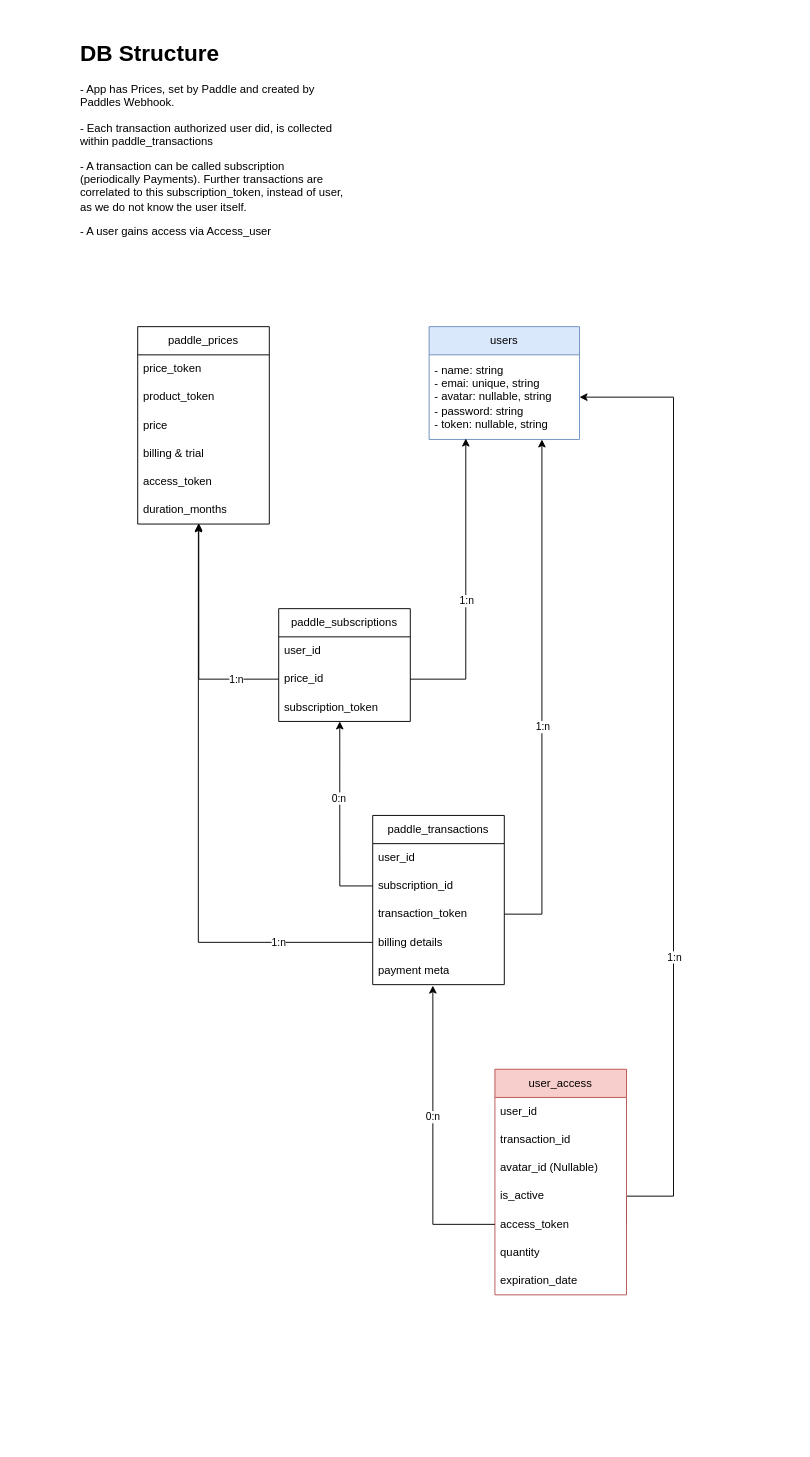
CarlsonBuma/laravel-quasar-template keeps this draw.io diagram as page "DB Schema" (2 of 5) of docs/Features/02 - Useraccess.drawio. Above is the earlier version. Source tidied: cells renumbered, new cells numbered last; positions are measured from the earlier drawing's top-left corner, leaving out a move shared by most shapes. Both pictures are drawn from the tidied source at 94%, with x=0, y=0 at pixel (75, 35).
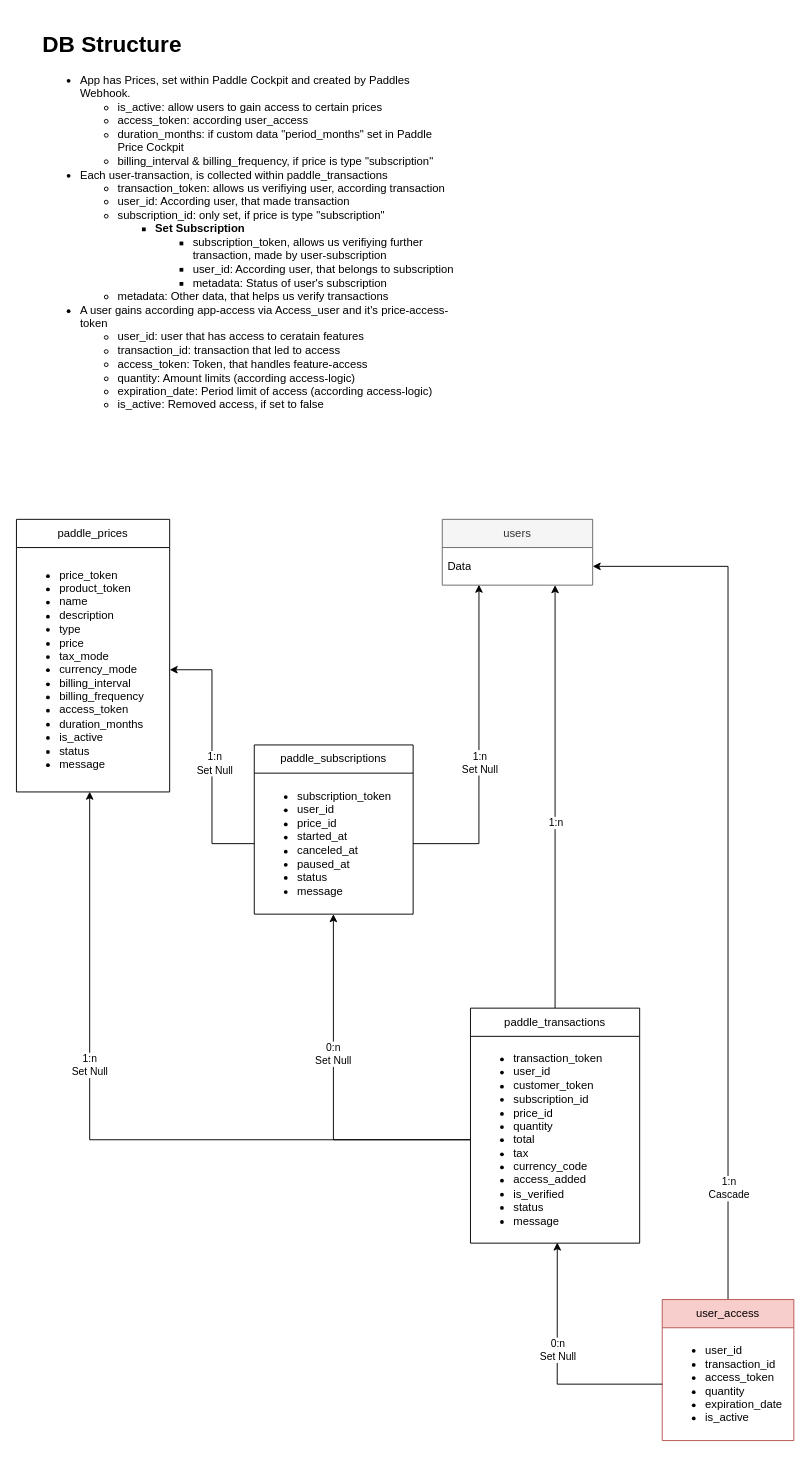
The same page after the edit.

Unchanged cells that the change refers to:
```xml
<mxCell id="11" style="edgeStyle=orthogonalEdgeStyle;rounded=0;jettySize=auto;html=1;entryX=0.244;entryY=0.989;entryDx=0;entryDy=0;entryPerimeter=0;exitX=1;exitY=0.5;exitDx=0;exitDy=0;" parent="1" edge="1" source="15" target="3">
  <mxGeometry relative="1" as="geometry" />
</mxCell>
```

Diff of the diagram source:
```diff
@@
-    <mxCell id="2" value="users" style="swimlane;fontStyle=0;horizontal=1;startSize=30;whiteSpace=wrap;html=1;fillColor=#dae8fc;strokeColor=#6c8ebf;" parent="1" vertex="1">
-      <mxGeometry x="376" y="310" width="160" height="120" as="geometry" />
+    <mxCell id="2" value="users" style="swimlane;fontStyle=0;horizontal=1;startSize=30;whiteSpace=wrap;html=1;fillColor=#f5f5f5;strokeColor=#666666;fontColor=#333333;" parent="1" vertex="1">
+      <mxGeometry x="390" y="515" width="160" height="70" as="geometry" />
     </mxCell>
-    <mxCell id="3" value="- name: string&lt;br&gt;- emai: unique, string&lt;br&gt;- avatar: nullable, string&lt;br&gt;- password: string&lt;br&gt;- token: nullable, string" style="text;strokeColor=none;fillColor=none;align=left;verticalAlign=middle;spacingLeft=4;spacingRight=4;overflow=hidden;points=[[0,0.5],[1,0.5]];portConstraint=eastwest;whiteSpace=wrap;html=1;" parent="2" vertex="1">
-      <mxGeometry y="30" width="160" height="90" as="geometry" />
+    <mxCell id="3" value="Data" style="text;strokeColor=none;fillColor=none;align=left;verticalAlign=middle;spacingLeft=4;spacingRight=4;overflow=hidden;points=[[0,0.5],[1,0.5]];portConstraint=eastwest;whiteSpace=wrap;html=1;" parent="2" vertex="1">
+      <mxGeometry y="30" width="160" height="40" as="geometry" />
     </mxCell>
     <mxCell id="4" value="paddle_prices" style="swimlane;fontStyle=0;horizontal=1;startSize=30;whiteSpace=wrap;html=1;" parent="1" vertex="1">
-      <mxGeometry x="66" y="310" width="140" height="210" as="geometry" />
+      <mxGeometry x="-63" y="515" width="163" height="290" as="geometry" />
     </mxCell>
-    <mxCell id="5" value="price_token" style="text;strokeColor=none;fillColor=none;align=left;verticalAlign=middle;spacingLeft=4;spacingRight=4;overflow=hidden;points=[[0,0.5],[1,0.5]];portConstraint=eastwest;whiteSpace=wrap;html=1;" parent="4" vertex="1">
-      <mxGeometry y="30" width="140" height="30" as="geometry" />
+    <mxCell id="5" value="&lt;ul&gt;&lt;li&gt;price_token&lt;/li&gt;&lt;li&gt;product_token&lt;/li&gt;&lt;li&gt;name&lt;/li&gt;&lt;li&gt;description&lt;/li&gt;&lt;li&gt;type&lt;/li&gt;&lt;li&gt;price&lt;/li&gt;&lt;li&gt;tax_mode&lt;/li&gt;&lt;li&gt;currency_mode&lt;/li&gt;&lt;li&gt;billing_interval&lt;/li&gt;&lt;li&gt;billing_frequency&lt;/li&gt;&lt;li&gt;access_token&lt;/li&gt;&lt;li&gt;duration_months&lt;/li&gt;&lt;li&gt;is_active&lt;/li&gt;&lt;li&gt;status&lt;/li&gt;&lt;li&gt;message&lt;/li&gt;&lt;/ul&gt;" style="text;strokeColor=none;fillColor=none;align=left;verticalAlign=middle;spacingLeft=4;spacingRight=4;overflow=hidden;points=[[0,0.5],[1,0.5]];portConstraint=eastwest;whiteSpace=wrap;html=1;" parent="4" vertex="1">
+      <mxGeometry y="30" width="163" height="260" as="geometry" />
     </mxCell>
-    <mxCell id="6" value="product_token" style="text;strokeColor=none;fillColor=none;align=left;verticalAlign=middle;spacingLeft=4;spacingRight=4;overflow=hidden;whiteSpace=wrap;html=1;" parent="4" vertex="1">
-      <mxGeometry y="60" width="140" height="30" as="geometry" />
-    </mxCell>
-    <mxCell id="7" value="price" style="text;strokeColor=none;fillColor=none;align=left;verticalAlign=middle;spacingLeft=4;spacingRight=4;overflow=hidden;whiteSpace=wrap;html=1;" parent="4" vertex="1">
-      <mxGeometry y="90" width="140" height="30" as="geometry" />
-    </mxCell>
-    <mxCell id="8" value="billing &amp;amp; trial" style="text;strokeColor=none;fillColor=none;align=left;verticalAlign=middle;spacingLeft=4;spacingRight=4;overflow=hidden;whiteSpace=wrap;html=1;" parent="4" vertex="1">
-      <mxGeometry y="120" width="140" height="30" as="geometry" />
-    </mxCell>
-    <mxCell id="9" value="access_token" style="text;strokeColor=none;fillColor=none;align=left;verticalAlign=middle;spacingLeft=4;spacingRight=4;overflow=hidden;whiteSpace=wrap;html=1;" parent="4" vertex="1">
-      <mxGeometry y="150" width="140" height="30" as="geometry" />
-    </mxCell>
-    <mxCell id="10" value="duration_months" style="text;strokeColor=none;fillColor=none;align=left;verticalAlign=middle;spacingLeft=4;spacingRight=4;overflow=hidden;points=[[0,0.5],[1,0.5]];portConstraint=eastwest;whiteSpace=wrap;html=1;" parent="4" vertex="1">
-      <mxGeometry y="180" width="140" height="30" as="geometry" />
-    </mxCell>
@@
-    <mxCell id="12" value="1:n" style="edgeLabel;html=1;align=center;verticalAlign=middle;" parent="11" vertex="1">
+    <mxCell id="12" value="1:n&lt;br&gt;Set Null" style="edgeLabel;html=1;align=center;verticalAlign=middle;" parent="11" vertex="1">
       <mxGeometry x="-0.09" relative="1" as="geometry" />
     </mxCell>
     <mxCell id="13" value="paddle_subscriptions" style="swimlane;fontStyle=0;horizontal=1;startSize=30;whiteSpace=wrap;html=1;" parent="1" vertex="1">
-      <mxGeometry x="216" y="610" width="140" height="120" as="geometry" />
+      <mxGeometry x="190" y="755" width="169" height="180" as="geometry" />
     </mxCell>
-    <mxCell id="14" value="user_id" style="text;strokeColor=none;fillColor=none;align=left;verticalAlign=middle;spacingLeft=4;spacingRight=4;overflow=hidden;whiteSpace=wrap;html=1;" parent="13" vertex="1">
-      <mxGeometry y="30" width="140" height="30" as="geometry" />
-    </mxCell>
-    <mxCell id="15" value="price_id" style="text;strokeColor=none;fillColor=none;align=left;verticalAlign=middle;spacingLeft=4;spacingRight=4;overflow=hidden;points=[[0,0.5],[1,0.5]];portConstraint=eastwest;whiteSpace=wrap;html=1;" parent="13" vertex="1">
-      <mxGeometry y="60" width="140" height="30" as="geometry" />
+    <mxCell id="15" value="&lt;ul&gt;&lt;li&gt;subscription_token&lt;/li&gt;&lt;li&gt;user_id&lt;/li&gt;&lt;li&gt;price_id&lt;/li&gt;&lt;li&gt;started_at&lt;/li&gt;&lt;li&gt;canceled_at&lt;/li&gt;&lt;li&gt;paused_at&lt;/li&gt;&lt;li&gt;status&lt;/li&gt;&lt;li&gt;message&lt;/li&gt;&lt;/ul&gt;" style="text;strokeColor=none;fillColor=none;align=left;verticalAlign=middle;spacingLeft=4;spacingRight=4;overflow=hidden;points=[[0,0.5],[1,0.5]];portConstraint=eastwest;whiteSpace=wrap;html=1;" parent="13" vertex="1">
+      <mxGeometry y="30" width="169" height="150" as="geometry" />
     </mxCell>
-    <mxCell id="16" value="subscription_token" style="text;strokeColor=none;fillColor=none;align=left;verticalAlign=middle;spacingLeft=4;spacingRight=4;overflow=hidden;points=[[0,0.5],[1,0.5]];portConstraint=eastwest;whiteSpace=wrap;html=1;" parent="13" vertex="1">
-      <mxGeometry y="90" width="140" height="30" as="geometry" />
-    </mxCell>
-    <mxCell id="17" style="edgeStyle=orthogonalEdgeStyle;rounded=0;jettySize=auto;html=1;entryX=0.464;entryY=0.967;entryDx=0;entryDy=0;entryPerimeter=0;exitX=0;exitY=0.5;exitDx=0;exitDy=0;" parent="1" edge="1" source="15" target="10">
+    <mxCell id="17" style="edgeStyle=orthogonalEdgeStyle;rounded=0;jettySize=auto;html=1;entryX=1;entryY=0.5;entryDx=0;entryDy=0;exitX=0;exitY=0.5;exitDx=0;exitDy=0;" parent="1" edge="1" source="15" target="5">
       <mxGeometry relative="1" as="geometry" />
     </mxCell>
-    <mxCell id="18" value="1:n" style="edgeLabel;html=1;align=center;verticalAlign=middle;" parent="17" vertex="1">
+    <mxCell id="18" value="1:n&lt;br&gt;Set Null" style="edgeLabel;html=1;align=center;verticalAlign=middle;" parent="17" vertex="1">
       <mxGeometry x="-0.61" y="1" relative="1" as="geometry">
-        <mxPoint x="3" y="-1" as="offset" />
+        <mxPoint x="3" y="-77" as="offset" />
       </mxGeometry>
     </mxCell>
     <mxCell id="19" value="paddle_transactions" style="swimlane;fontStyle=0;horizontal=1;startSize=30;whiteSpace=wrap;html=1;" parent="1" vertex="1">
-      <mxGeometry x="316" y="830" width="140" height="180" as="geometry" />
+      <mxGeometry x="420" y="1035" width="180" height="250" as="geometry" />
     </mxCell>
-    <mxCell id="20" value="user_id" style="text;strokeColor=none;fillColor=none;align=left;verticalAlign=middle;spacingLeft=4;spacingRight=4;overflow=hidden;points=[[0,0.5],[1,0.5]];portConstraint=eastwest;whiteSpace=wrap;html=1;" parent="19" vertex="1">
-      <mxGeometry y="30" width="140" height="30" as="geometry" />
+    <mxCell id="20" value="&lt;ul&gt;&lt;li&gt;transaction_token&lt;/li&gt;&lt;li&gt;user_id&lt;/li&gt;&lt;li&gt;customer_token&lt;/li&gt;&lt;li&gt;subscription_id&lt;/li&gt;&lt;li&gt;price_id&lt;/li&gt;&lt;li&gt;quantity&lt;/li&gt;&lt;li&gt;total&lt;/li&gt;&lt;li&gt;tax&lt;/li&gt;&lt;li&gt;currency_code&lt;/li&gt;&lt;li&gt;access_added&lt;/li&gt;&lt;li&gt;is_verified&lt;/li&gt;&lt;li&gt;status&lt;/li&gt;&lt;li&gt;message&lt;/li&gt;&lt;/ul&gt;" style="text;strokeColor=none;fillColor=none;align=left;verticalAlign=middle;spacingLeft=4;spacingRight=4;overflow=hidden;points=[[0,0.5],[1,0.5]];portConstraint=eastwest;whiteSpace=wrap;html=1;" parent="19" vertex="1">
+      <mxGeometry y="30" width="180" height="220" as="geometry" />
     </mxCell>
-    <mxCell id="21" value="subscription_id" style="text;strokeColor=none;fillColor=none;align=left;verticalAlign=middle;spacingLeft=4;spacingRight=4;overflow=hidden;points=[[0,0.5],[1,0.5]];portConstraint=eastwest;whiteSpace=wrap;html=1;" parent="19" vertex="1">
-      <mxGeometry y="60" width="140" height="30" as="geometry" />
-    </mxCell>
-    <mxCell id="22" value="transaction_token" style="text;strokeColor=none;fillColor=none;align=left;verticalAlign=middle;spacingLeft=4;spacingRight=4;overflow=hidden;points=[[0,0.5],[1,0.5]];portConstraint=eastwest;whiteSpace=wrap;html=1;" parent="19" vertex="1">
-      <mxGeometry y="90" width="140" height="30" as="geometry" />
-    </mxCell>
-    <mxCell id="23" value="billing details" style="text;strokeColor=none;fillColor=none;align=left;verticalAlign=middle;spacingLeft=4;spacingRight=4;overflow=hidden;points=[[0,0.5],[1,0.5]];portConstraint=eastwest;whiteSpace=wrap;html=1;" parent="19" vertex="1">
-      <mxGeometry y="120" width="140" height="30" as="geometry" />
-    </mxCell>
-    <mxCell id="24" value="payment meta" style="text;strokeColor=none;fillColor=none;align=left;verticalAlign=middle;spacingLeft=4;spacingRight=4;overflow=hidden;points=[[0,0.5],[1,0.5]];portConstraint=eastwest;whiteSpace=wrap;html=1;" parent="19" vertex="1">
-      <mxGeometry y="150" width="140" height="30" as="geometry" />
-    </mxCell>
-    <mxCell id="25" style="edgeStyle=orthogonalEdgeStyle;rounded=0;jettySize=auto;html=1;entryX=0.75;entryY=1;entryDx=0;entryDy=0;entryPerimeter=0;exitX=1;exitY=0.5;exitDx=0;exitDy=0;" parent="1" edge="1" source="22" target="3">
+    <mxCell id="25" style="edgeStyle=orthogonalEdgeStyle;rounded=0;jettySize=auto;html=1;entryX=0.75;entryY=1;entryDx=0;entryDy=0;entryPerimeter=0;exitX=0.5;exitY=0;exitDx=0;exitDy=0;" parent="1" edge="1" source="19" target="3">
       <mxGeometry relative="1" as="geometry" />
     </mxCell>
@@
-    <mxCell id="27" style="edgeStyle=orthogonalEdgeStyle;rounded=0;jettySize=auto;html=1;entryX=0.464;entryY=1;entryDx=0;entryDy=0;entryPerimeter=0;exitX=0;exitY=0.5;exitDx=0;exitDy=0;" parent="1" edge="1" source="21" target="16">
+    <mxCell id="27" style="edgeStyle=orthogonalEdgeStyle;rounded=0;jettySize=auto;html=1;exitX=0;exitY=0.5;exitDx=0;exitDy=0;entryX=0.498;entryY=1;entryDx=0;entryDy=0;entryPerimeter=0;" parent="1" edge="1" source="20" target="15">
       <mxGeometry relative="1" as="geometry" />
     </mxCell>
-    <mxCell id="28" value="0:n" style="edgeLabel;html=1;align=center;verticalAlign=middle;" parent="27" vertex="1">
+    <mxCell id="28" value="0:n&lt;br&gt;Set Null" style="edgeLabel;html=1;align=center;verticalAlign=middle;" parent="27" vertex="1">
       <mxGeometry x="0.23" y="1" relative="1" as="geometry" />
     </mxCell>
-    <mxCell id="29" style="edgeStyle=orthogonalEdgeStyle;rounded=0;jettySize=auto;html=1;entryX=1;entryY=0.5;entryDx=0;entryDy=0;exitX=1;exitY=0.5;exitDx=0;exitDy=0;" parent="1" edge="1" source="36" target="3">
-      <mxGeometry relative="1" as="geometry">
-        <Array as="points">
-          <mxPoint x="636" y="1235" />
-          <mxPoint x="636" y="385" />
-        </Array>
-      </mxGeometry>
-    </mxCell>
-    <mxCell id="30" value="1:n" style="edgeLabel;html=1;align=center;verticalAlign=middle;" parent="29" vertex="1">
-      <mxGeometry x="-0.35" relative="1" as="geometry" />
-    </mxCell>
+    <mxCell id="44" style="edgeStyle=orthogonalEdgeStyle;rounded=0;jettySize=auto;html=1;entryX=1;entryY=0.5;entryDx=0;entryDy=0;" parent="1" edge="1" source="31" target="3">
+      <mxGeometry relative="1" as="geometry" />
+    </mxCell>
+    <mxCell id="45" value="1:n&lt;br&gt;Cascade" style="edgeLabel;html=1;align=center;verticalAlign=middle;" parent="44" vertex="1">
+      <mxGeometry x="-0.74" relative="1" as="geometry">
+        <mxPoint y="1" as="offset" />
+      </mxGeometry>
+    </mxCell>
     <mxCell id="31" value="user_access" style="swimlane;fontStyle=0;horizontal=1;startSize=30;whiteSpace=wrap;html=1;fillColor=#f8cecc;strokeColor=#b85450;" parent="1" vertex="1">
-      <mxGeometry x="446" y="1100" width="140" height="240" as="geometry" />
+      <mxGeometry x="624" y="1345" width="140" height="150" as="geometry" />
     </mxCell>
-    <mxCell id="32" value="user_id" style="text;strokeColor=none;fillColor=none;align=left;verticalAlign=middle;spacingLeft=4;spacingRight=4;overflow=hidden;points=[[0,0.5],[1,0.5]];portConstraint=eastwest;whiteSpace=wrap;html=1;" parent="31" vertex="1">
-      <mxGeometry y="30" width="140" height="30" as="geometry" />
+    <mxCell id="32" value="&lt;ul&gt;&lt;li&gt;user_id&lt;/li&gt;&lt;li&gt;transaction_id&lt;/li&gt;&lt;li&gt;&lt;span style=&quot;background-color: initial;&quot;&gt;access_token&lt;/span&gt;&lt;br&gt;&lt;/li&gt;&lt;li&gt;quantity&lt;/li&gt;&lt;li&gt;expiration_date&lt;/li&gt;&lt;li style=&quot;border-color: var(--border-color);&quot;&gt;is_active&lt;/li&gt;&lt;/ul&gt;" style="text;strokeColor=none;fillColor=none;align=left;verticalAlign=middle;spacingLeft=4;spacingRight=4;overflow=hidden;points=[[0,0.5],[1,0.5]];portConstraint=eastwest;whiteSpace=wrap;html=1;" parent="31" vertex="1">
+      <mxGeometry y="30" width="140" height="120" as="geometry" />
     </mxCell>
-    <mxCell id="33" value="transaction_id" style="text;strokeColor=none;fillColor=none;align=left;verticalAlign=middle;spacingLeft=4;spacingRight=4;overflow=hidden;whiteSpace=wrap;html=1;" parent="31" vertex="1">
-      <mxGeometry y="60" width="140" height="30" as="geometry" />
-    </mxCell>
-    <mxCell id="34" value="avatar_id (Nullable)" style="text;strokeColor=none;fillColor=none;align=left;verticalAlign=middle;spacingLeft=4;spacingRight=4;overflow=hidden;whiteSpace=wrap;html=1;" parent="31" vertex="1">
-      <mxGeometry y="90" width="140" height="30" as="geometry" />
-    </mxCell>
-    <mxCell id="35" value="is_active" style="text;strokeColor=none;fillColor=none;align=left;verticalAlign=middle;spacingLeft=4;spacingRight=4;overflow=hidden;whiteSpace=wrap;html=1;" parent="31" vertex="1">
-      <mxGeometry y="120" width="140" height="30" as="geometry" />
-    </mxCell>
-    <mxCell id="36" value="access_token" style="text;strokeColor=none;fillColor=none;align=left;verticalAlign=middle;spacingLeft=4;spacingRight=4;overflow=hidden;points=[[0,0.5],[1,0.5]];portConstraint=eastwest;whiteSpace=wrap;html=1;" parent="31" vertex="1">
-      <mxGeometry y="150" width="140" height="30" as="geometry" />
-    </mxCell>
-    <mxCell id="37" value="quantity" style="text;strokeColor=none;fillColor=none;align=left;verticalAlign=middle;spacingLeft=4;spacingRight=4;overflow=hidden;whiteSpace=wrap;html=1;" parent="31" vertex="1">
-      <mxGeometry y="180" width="140" height="30" as="geometry" />
-    </mxCell>
-    <mxCell id="38" value="expiration_date" style="text;strokeColor=none;fillColor=none;align=left;verticalAlign=middle;spacingLeft=4;spacingRight=4;overflow=hidden;whiteSpace=wrap;html=1;" parent="31" vertex="1">
-      <mxGeometry y="210" width="140" height="30" as="geometry" />
-    </mxCell>
-    <mxCell id="39" style="edgeStyle=orthogonalEdgeStyle;rounded=0;jettySize=auto;html=1;entryX=0.457;entryY=1.033;entryDx=0;entryDy=0;entryPerimeter=0;" parent="1" edge="1" source="36" target="24">
+    <mxCell id="39" style="edgeStyle=orthogonalEdgeStyle;rounded=0;jettySize=auto;html=1;entryX=0.513;entryY=0.997;entryDx=0;entryDy=0;entryPerimeter=0;exitX=0;exitY=0.5;exitDx=0;exitDy=0;" parent="1" edge="1" source="32" target="20">
       <mxGeometry relative="1" as="geometry" />
     </mxCell>
-    <mxCell id="40" value="0:n" style="edgeLabel;html=1;align=center;verticalAlign=middle;" parent="39" vertex="1">
+    <mxCell id="40" value="0:n&lt;br&gt;Set Null" style="edgeLabel;html=1;align=center;verticalAlign=middle;" parent="39" vertex="1">
       <mxGeometry x="0.13" relative="1" as="geometry" />
     </mxCell>
-    <mxCell id="41" value="&lt;h1&gt;DB Structure&lt;/h1&gt;&lt;p&gt;- App has Prices, set by Paddle and created by Paddles Webhook.&lt;span style=&quot;background-color: initial;&quot;&gt;&amp;nbsp;&lt;/span&gt;&lt;/p&gt;&lt;p&gt;- Each transaction authorized user did, is collected within paddle_transactions&lt;/p&gt;&lt;p&gt;- A transaction can be called subscription (periodically Payments). Further transactions are correlated to this subscription_token, instead of user, as we do not know the user itself.&lt;/p&gt;&lt;p&gt;- A user gains access via Access_user&lt;/p&gt;" style="text;html=1;strokeColor=none;fillColor=none;spacing=5;spacingTop=-20;whiteSpace=wrap;overflow=hidden;rounded=0;" parent="1" vertex="1">
-      <mxGeometry width="290" height="255" as="geometry" />
+    <mxCell id="41" value="&lt;h1&gt;DB Structure&lt;/h1&gt;&lt;p&gt;&lt;/p&gt;&lt;ul&gt;&lt;li&gt;App has Prices, set within Paddle Cockpit and created by Paddles Webhook.&lt;span style=&quot;background-color: initial;&quot;&gt;&amp;nbsp;&lt;/span&gt;&lt;/li&gt;&lt;ul&gt;&lt;li&gt;&lt;span style=&quot;background-color: initial;&quot;&gt;is_active: allow users to gain access to certain prices&lt;/span&gt;&lt;br&gt;&lt;/li&gt;&lt;li&gt;&lt;span style=&quot;background-color: initial;&quot;&gt;access_token: according user_access&lt;/span&gt;&lt;br&gt;&lt;/li&gt;&lt;li&gt;&lt;span style=&quot;background-color: initial;&quot;&gt;duration_months: if custom data &quot;period_months&quot; set in Paddle Price Cockpit&lt;/span&gt;&lt;br&gt;&lt;/li&gt;&lt;li&gt;&lt;span style=&quot;background-color: initial;&quot;&gt;billing_interval &amp;amp; billing_frequency, if price is type &quot;subscription&quot;&lt;/span&gt;&lt;br&gt;&lt;/li&gt;&lt;/ul&gt;&lt;li&gt;Each user-transaction, is collected within paddle_transactions&lt;/li&gt;&lt;ul&gt;&lt;li style=&quot;border-color: var(--border-color);&quot;&gt;transaction_token: allows us verifiying user, according transaction&lt;/li&gt;&lt;li style=&quot;border-color: var(--border-color);&quot;&gt;user_id: According user, that made transaction&lt;/li&gt;&lt;li style=&quot;border-color: var(--border-color);&quot;&gt;subscription_id: only set, if price is type &quot;subscription&quot;&lt;/li&gt;&lt;ul style=&quot;border-color: var(--border-color);&quot;&gt;&lt;li style=&quot;border-color: var(--border-color);&quot;&gt;&lt;b style=&quot;border-color: var(--border-color);&quot;&gt;Set Subscription&lt;/b&gt;&lt;/li&gt;&lt;ul style=&quot;border-color: var(--border-color);&quot;&gt;&lt;li style=&quot;border-color: var(--border-color);&quot;&gt;subscription_token, allows us verifiying further transaction, made by user-subscription&lt;/li&gt;&lt;li style=&quot;border-color: var(--border-color);&quot;&gt;user_id: According user, that belongs to subscription&lt;/li&gt;&lt;li style=&quot;border-color: var(--border-color);&quot;&gt;metadata: Status of user's subscription&lt;/li&gt;&lt;/ul&gt;&lt;/ul&gt;&lt;li style=&quot;border-color: var(--border-color);&quot;&gt;metadata: Other data, that helps us verify transactions&lt;/li&gt;&lt;/ul&gt;&lt;li style=&quot;border-color: var(--border-color);&quot;&gt;A user gains according app-access via Access_user and it's price-access-token&lt;/li&gt;&lt;ul&gt;&lt;li style=&quot;border-color: var(--border-color);&quot;&gt;user_id: user that has access to ceratain features&lt;/li&gt;&lt;li style=&quot;border-color: var(--border-color);&quot;&gt;transaction_id: transaction that led to access&lt;/li&gt;&lt;li style=&quot;border-color: var(--border-color);&quot;&gt;access_token: Token, that handles feature-access&lt;/li&gt;&lt;li style=&quot;border-color: var(--border-color);&quot;&gt;quantity: Amount limits (according access-logic)&lt;/li&gt;&lt;li style=&quot;border-color: var(--border-color);&quot;&gt;expiration_date: Period limit of access (according access-logic)&lt;/li&gt;&lt;li&gt;is_active: Removed access, if set to false&lt;/li&gt;&lt;/ul&gt;&lt;/ul&gt;&lt;p&gt;&lt;/p&gt;" style="text;html=1;strokeColor=none;fillColor=none;spacing=5;spacingTop=-20;whiteSpace=wrap;overflow=hidden;rounded=0;" parent="1" vertex="1">
+      <mxGeometry x="-40" y="-10" width="450" height="440" as="geometry" />
     </mxCell>
-    <mxCell id="42" style="edgeStyle=orthogonalEdgeStyle;rounded=0;jettySize=auto;html=1;exitX=0;exitY=0.5;exitDx=0;exitDy=0;entryX=0.461;entryY=1.011;entryDx=0;entryDy=0;entryPerimeter=0;" parent="1" edge="1" source="23" target="10">
+    <mxCell id="42" style="edgeStyle=orthogonalEdgeStyle;rounded=0;jettySize=auto;html=1;exitX=0;exitY=0.5;exitDx=0;exitDy=0;entryX=0.478;entryY=0.999;entryDx=0;entryDy=0;entryPerimeter=0;" parent="1" edge="1" source="20" target="5">
       <mxGeometry relative="1" as="geometry" />
     </mxCell>
-    <mxCell id="43" value="1:n" style="edgeLabel;html=1;align=center;verticalAlign=middle;" parent="42" vertex="1">
-      <mxGeometry x="-0.68" y="-1" relative="1" as="geometry" />
-    </mxCell>
+    <mxCell id="46" value="1:n&lt;br&gt;Set Null" style="edgeLabel;html=1;align=center;verticalAlign=middle;" parent="42" vertex="1">
+      <mxGeometry x="0.25" relative="1" as="geometry" />
+    </mxCell>
```
